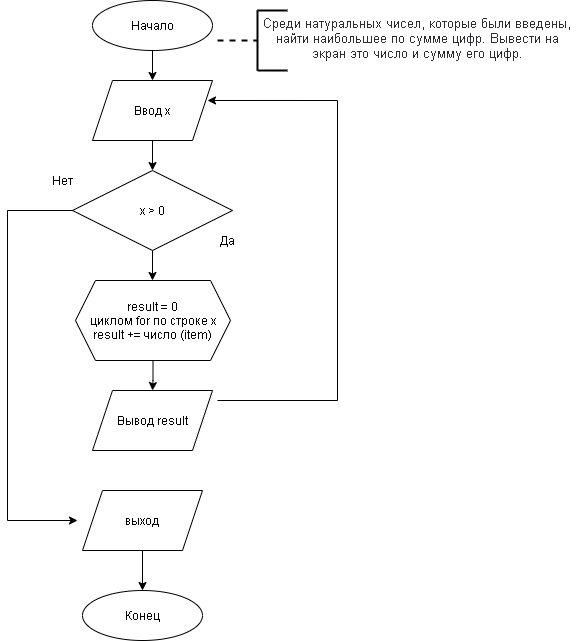
Earlier version of the draw.io export task_9_image.png (GDI19/algorithms_py). Source tidied: cells renumbered, new cells last; positions are measured from the earlier drawing's top-left corner, leaving out a move shared by most shapes.
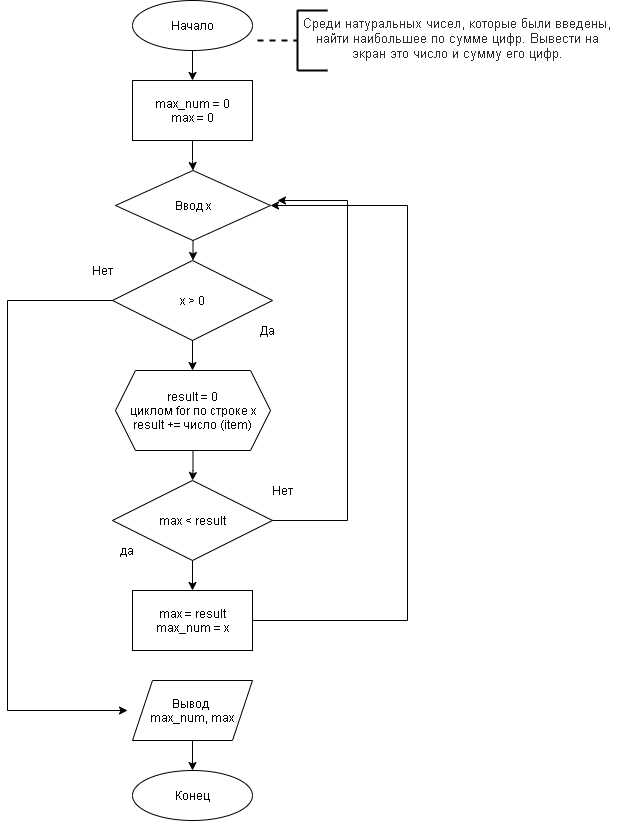
After the commit.

What changed in the source:
```diff
@@ -44,17 +44,8 @@
     <mxCell id="11" value="&lt;span id=&quot;docs-internal-guid-fb0327bc-7fff-2754-5832-161777471e6a&quot;&gt;&lt;span style=&quot;font-size: 10pt ; font-family: &amp;#34;arial&amp;#34; ; color: rgb(44 , 45 , 48) ; background-color: transparent ; vertical-align: baseline&quot;&gt;Среди натуральных чисел, которые были введены, найти наибольшее по сумме цифр. Вывести на экран это число и сумму его цифр.&lt;/span&gt;&lt;/span&gt;" style="text;html=1;strokeColor=none;fillColor=none;align=center;verticalAlign=middle;whiteSpace=wrap;rounded=0;" parent="1" vertex="1">
       <mxGeometry x="250" y="5" width="320" height="65" as="geometry" />
     </mxCell>
-    <mxCell id="12" style="group;" parent="1" vertex="1">
-      <mxGeometry x="80" y="80" width="130" height="60" as="geometry" />
-    </mxCell>
-    <mxCell id="13" style="shape=parallelogram;perimeter=parallelogramPerimeter;whiteSpace=wrap;html=1;fixedSize=1;" parent="12" vertex="1">
-      <mxGeometry x="5" width="120" height="60" as="geometry" />
-    </mxCell>
-    <mxCell id="14" value="Ввод x" style="text;html=1;strokeColor=none;fillColor=none;align=center;verticalAlign=middle;whiteSpace=wrap;rounded=0;" parent="12" vertex="1">
-      <mxGeometry width="130" height="60" as="geometry" />
-    </mxCell>
     <mxCell id="15" style="group;" parent="1" vertex="1">
-      <mxGeometry x="35" y="170" width="220" height="80" as="geometry" />
+      <mxGeometry x="35" y="260" width="220" height="80" as="geometry" />
     </mxCell>
     <mxCell id="16" value="x &amp;gt; 0" style="rhombus;whiteSpace=wrap;html=1;fontStyle=0;" parent="15" vertex="1">
       <mxGeometry x="30" width="160" height="80" as="geometry" />
@@ -67,49 +58,31 @@
     </mxCell>
     <mxCell id="19" style="edgeStyle=orthogonalEdgeStyle;rounded=0;jettySize=auto;html=1;" parent="1" edge="1" source="16">
       <mxGeometry relative="1" as="geometry">
-        <mxPoint x="145" y="280" as="targetPoint" />
+        <mxPoint x="145" y="370" as="targetPoint" />
       </mxGeometry>
     </mxCell>
-    <mxCell id="20" style="edgeStyle=orthogonalEdgeStyle;rounded=0;jettySize=auto;html=1;entryX=0.5;entryY=0;entryDx=0;entryDy=0;" parent="1" edge="1" source="4" target="14">
-      <mxGeometry relative="1" as="geometry" />
+    <mxCell id="20" style="edgeStyle=orthogonalEdgeStyle;rounded=0;jettySize=auto;html=1;entryX=0.5;entryY=0;entryDx=0;entryDy=0;" parent="1" edge="1" source="4">
+      <mxGeometry relative="1" as="geometry">
+        <mxPoint x="145" y="80" as="targetPoint" />
+      </mxGeometry>
     </mxCell>
-    <mxCell id="21" style="edgeStyle=orthogonalEdgeStyle;rounded=0;jettySize=auto;html=1;" parent="1" edge="1" source="14" target="16">
-      <mxGeometry relative="1" as="geometry" />
-    </mxCell>
-    <mxCell id="22" style="edgeStyle=orthogonalEdgeStyle;rounded=0;jettySize=auto;html=1;entryX=0.5;entryY=0;entryDx=0;entryDy=0;" parent="1" edge="1" source="23" target="26">
-      <mxGeometry relative="1" as="geometry" />
-    </mxCell>
+    <mxCell id="36" style="edgeStyle=orthogonalEdgeStyle;rounded=0;jettySize=auto;html=1;entryX=0.5;entryY=0;entryDx=0;entryDy=0;" parent="1" edge="1" source="23" target="38">
+      <mxGeometry relative="1" as="geometry" />
+    </mxCell>
-    <mxCell id="23" value="result = 0&lt;br&gt;циклом for по строке x&lt;br&gt;result += число (item)&lt;br&gt;" style="shape=hexagon;perimeter=hexagonPerimeter2;whiteSpace=wrap;html=1;fixedSize=1;" parent="1" vertex="1">
-      <mxGeometry x="68" y="280" width="155" height="80" as="geometry" />
+    <mxCell id="23" value="result = 0&lt;br&gt;циклом for по строке x&lt;br&gt;result += число (item)" style="shape=hexagon;perimeter=hexagonPerimeter2;whiteSpace=wrap;html=1;fixedSize=1;" parent="1" vertex="1">
+      <mxGeometry x="68" y="370" width="155" height="80" as="geometry" />
     </mxCell>
     <mxCell id="24" style="group;" parent="1" vertex="1">
-      <mxGeometry x="80" y="390" width="130" height="60" as="geometry" />
+      <mxGeometry x="80" y="680" width="130" height="60" as="geometry" />
     </mxCell>
     <mxCell id="25" style="shape=parallelogram;perimeter=parallelogramPerimeter;whiteSpace=wrap;html=1;fixedSize=1;" parent="24" vertex="1">
       <mxGeometry x="5" width="120" height="60" as="geometry" />
     </mxCell>
-    <mxCell id="26" value="Вывод result" style="text;html=1;strokeColor=none;fillColor=none;align=center;verticalAlign=middle;whiteSpace=wrap;rounded=0;" parent="24" vertex="1">
+    <mxCell id="26" value="Вывод &lt;br&gt;max_num, max" style="text;html=1;strokeColor=none;fillColor=none;align=center;verticalAlign=middle;whiteSpace=wrap;rounded=0;" parent="24" vertex="1">
       <mxGeometry width="130" height="60" as="geometry" />
     </mxCell>
-    <mxCell id="27" style="group;" parent="1" vertex="1">
-      <mxGeometry x="70" y="490" width="130" height="60" as="geometry" />
-    </mxCell>
-    <mxCell id="28" style="shape=parallelogram;perimeter=parallelogramPerimeter;whiteSpace=wrap;html=1;fixedSize=1;" parent="27" vertex="1">
-      <mxGeometry x="5" width="120" height="60" as="geometry" />
-    </mxCell>
-    <mxCell id="29" value="выход" style="text;html=1;strokeColor=none;fillColor=none;align=center;verticalAlign=middle;whiteSpace=wrap;rounded=0;" parent="27" vertex="1">
-      <mxGeometry width="130" height="60" as="geometry" />
-    </mxCell>
-    <mxCell id="30" style="edgeStyle=orthogonalEdgeStyle;rounded=0;jettySize=auto;html=1;entryX=0;entryY=0.5;entryDx=0;entryDy=0;" parent="1" edge="1" source="16" target="29">
-      <mxGeometry relative="1" as="geometry">
-        <Array as="points">
-          <mxPoint y="210" />
-          <mxPoint y="520" />
-        </Array>
-      </mxGeometry>
-    </mxCell>
     <mxCell id="31" style="group;" parent="1" vertex="1">
-      <mxGeometry x="75" y="590" width="120" height="50" as="geometry" />
+      <mxGeometry x="85" y="770" width="120" height="50" as="geometry" />
     </mxCell>
     <mxCell id="32" style="ellipse;whiteSpace=wrap;html=1;" parent="31" vertex="1">
       <mxGeometry width="120" height="50" as="geometry" />
@@ -117,16 +90,75 @@
     <mxCell id="33" value="Конец" style="text;html=1;strokeColor=none;fillColor=none;align=center;verticalAlign=middle;whiteSpace=wrap;rounded=0;" parent="31" vertex="1">
       <mxGeometry width="120" height="50" as="geometry" />
     </mxCell>
-    <mxCell id="34" style="edgeStyle=orthogonalEdgeStyle;rounded=0;jettySize=auto;html=1;entryX=0.5;entryY=0;entryDx=0;entryDy=0;" parent="1" edge="1" source="29" target="33">
-      <mxGeometry relative="1" as="geometry" />
-    </mxCell>
-    <mxCell id="35" style="edgeStyle=orthogonalEdgeStyle;rounded=0;jettySize=auto;html=1;entryX=0.923;entryY=0.333;entryDx=0;entryDy=0;entryPerimeter=0;" parent="1" edge="1" source="26" target="14">
-      <mxGeometry relative="1" as="geometry">
-        <Array as="points">
-          <mxPoint x="330" y="400" />
-          <mxPoint x="330" y="100" />
-        </Array>
-      </mxGeometry>
-    </mxCell>
+    <mxCell id="37" style="group;" parent="1" vertex="1">
+      <mxGeometry x="35" y="480" width="220" height="80" as="geometry" />
+    </mxCell>
+    <mxCell id="38" value="max &amp;lt; result" style="rhombus;whiteSpace=wrap;html=1;fontStyle=0;" parent="37" vertex="1">
+      <mxGeometry x="30" width="160" height="80" as="geometry" />
+    </mxCell>
+    <mxCell id="39" value="да" style="text;html=1;strokeColor=none;fillColor=none;align=center;verticalAlign=middle;whiteSpace=wrap;rounded=0;fontStyle=0;" parent="37" vertex="1">
+      <mxGeometry x="25" y="60" width="40" height="20" as="geometry" />
+    </mxCell>
+    <mxCell id="40" value="Нет" style="text;html=1;strokeColor=none;fillColor=none;align=center;verticalAlign=middle;whiteSpace=wrap;rounded=0;fontStyle=0;" parent="37" vertex="1">
+      <mxGeometry x="180" width="40" height="20" as="geometry" />
+    </mxCell>
+    <mxCell id="41" style="group;" parent="1" vertex="1">
+      <mxGeometry x="85" y="590" width="120" height="60" as="geometry" />
+    </mxCell>
+    <mxCell id="42" style="rounded=0;whiteSpace=wrap;html=1;" parent="41" vertex="1">
+      <mxGeometry width="120" height="60" as="geometry" />
+    </mxCell>
+    <mxCell id="43" value="max = result&lt;br&gt;max_num = x" style="text;html=1;strokeColor=none;fillColor=none;align=center;verticalAlign=middle;whiteSpace=wrap;rounded=0;" parent="41" vertex="1">
+      <mxGeometry width="120" height="60" as="geometry" />
+    </mxCell>
+    <mxCell id="44" style="edgeStyle=orthogonalEdgeStyle;rounded=0;jettySize=auto;html=1;" parent="1" edge="1" source="38" target="43">
+      <mxGeometry relative="1" as="geometry" />
+    </mxCell>
+    <mxCell id="21" style="edgeStyle=orthogonalEdgeStyle;rounded=0;jettySize=auto;html=1;" parent="1" edge="1" source="14" target="16">
+      <mxGeometry relative="1" as="geometry" />
+    </mxCell>
+    <mxCell id="14" value="Ввод x" style="rhombus;whiteSpace=wrap;html=1;" parent="1" vertex="1">
+      <mxGeometry x="68" y="170" width="155" height="70" as="geometry" />
+    </mxCell>
+    <mxCell id="45" style="edgeStyle=orthogonalEdgeStyle;rounded=0;jettySize=auto;html=1;entryX=0.5;entryY=0;entryDx=0;entryDy=0;" parent="1" edge="1" source="26" target="33">
+      <mxGeometry relative="1" as="geometry" />
+    </mxCell>
+    <mxCell id="46" style="group;" parent="1" vertex="1">
+      <mxGeometry x="85" y="80" width="120" height="60" as="geometry" />
+    </mxCell>
+    <mxCell id="47" style="rounded=0;whiteSpace=wrap;html=1;" parent="46" vertex="1">
+      <mxGeometry width="120" height="60" as="geometry" />
+    </mxCell>
+    <mxCell id="48" value="max_num = 0&lt;br&gt;max = 0" style="text;html=1;strokeColor=none;fillColor=none;align=center;verticalAlign=middle;whiteSpace=wrap;rounded=0;" parent="46" vertex="1">
+      <mxGeometry width="120" height="60" as="geometry" />
+    </mxCell>
+    <mxCell id="49" style="edgeStyle=orthogonalEdgeStyle;rounded=0;jettySize=auto;html=1;entryX=0.5;entryY=0;entryDx=0;entryDy=0;" parent="1" edge="1" source="48" target="14">
+      <mxGeometry relative="1" as="geometry" />
+    </mxCell>
+    <mxCell id="50" style="edgeStyle=orthogonalEdgeStyle;rounded=0;jettySize=auto;html=1;entryX=1;entryY=0.5;entryDx=0;entryDy=0;" parent="1" edge="1" source="43" target="14">
+      <mxGeometry relative="1" as="geometry">
+        <Array as="points">
+          <mxPoint x="360" y="620" />
+          <mxPoint x="360" y="205" />
+        </Array>
+      </mxGeometry>
+    </mxCell>
+    <mxCell id="51" style="edgeStyle=orthogonalEdgeStyle;rounded=0;jettySize=auto;html=1;" parent="1" edge="1" source="38">
+      <mxGeometry relative="1" as="geometry">
+        <mxPoint x="230" y="200" as="targetPoint" />
+        <Array as="points">
+          <mxPoint x="300" y="520" />
+          <mxPoint x="300" y="200" />
+        </Array>
+      </mxGeometry>
+    </mxCell>
+    <mxCell id="52" style="edgeStyle=orthogonalEdgeStyle;rounded=0;jettySize=auto;html=1;entryX=0;entryY=0.5;entryDx=0;entryDy=0;" parent="1" edge="1" source="16" target="26">
+      <mxGeometry relative="1" as="geometry">
+        <Array as="points">
+          <mxPoint x="-40" y="300" />
+          <mxPoint x="-40" y="710" />
+        </Array>
+      </mxGeometry>
+    </mxCell>
   </root>
 </mxGraphModel>
```
